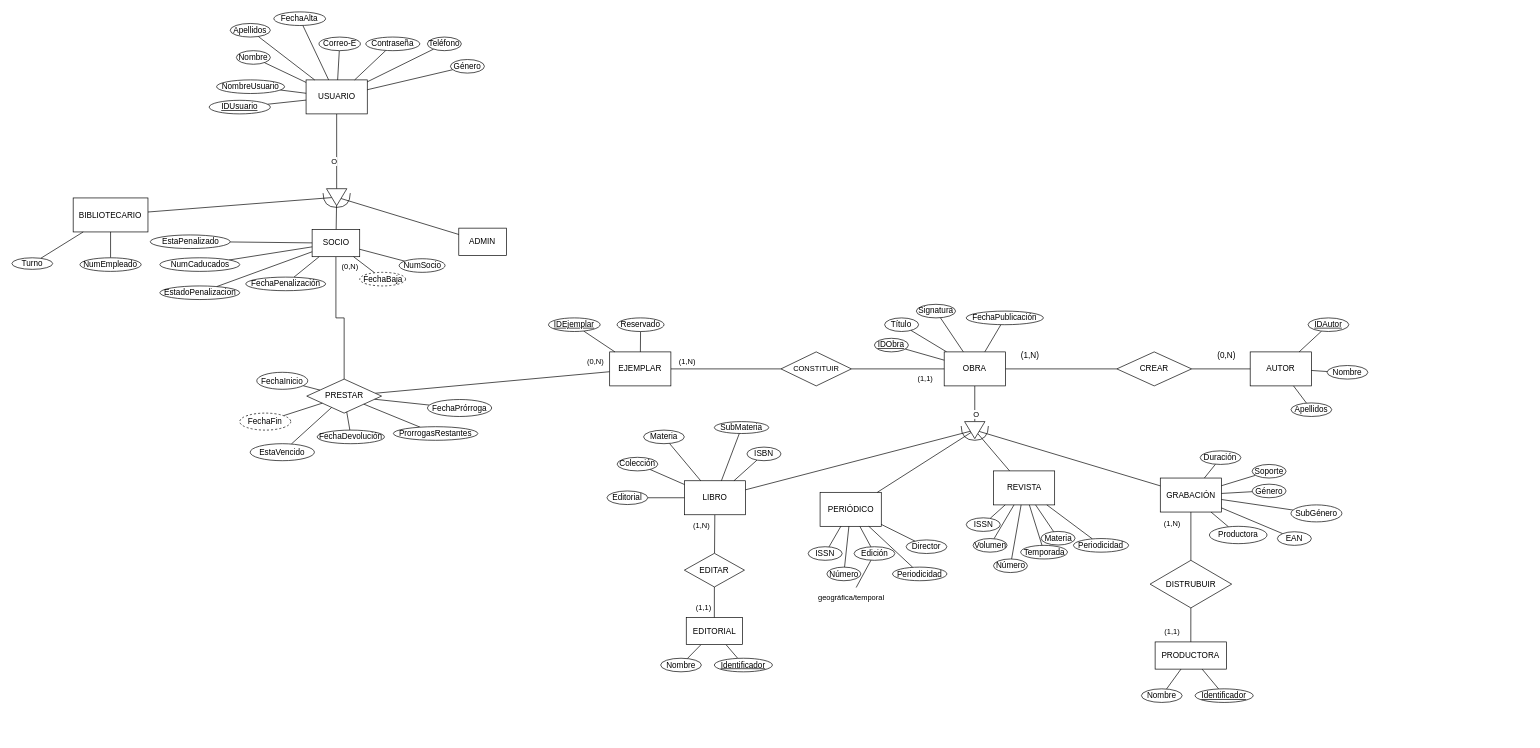
This is page "diagrama general" (1 of 2) of diagramas/diagrama entidad relacion.drawio from manuelordenador/TFG, a draw.io file, before an edit. Source tidied: cells renumbered, new cells numbered last; positions are measured from the earlier drawing's top-left corner, leaving out a move shared by most shapes. Both pictures are drawn from the tidied source at 68%, with x=0, y=0 at pixel (12, 12).
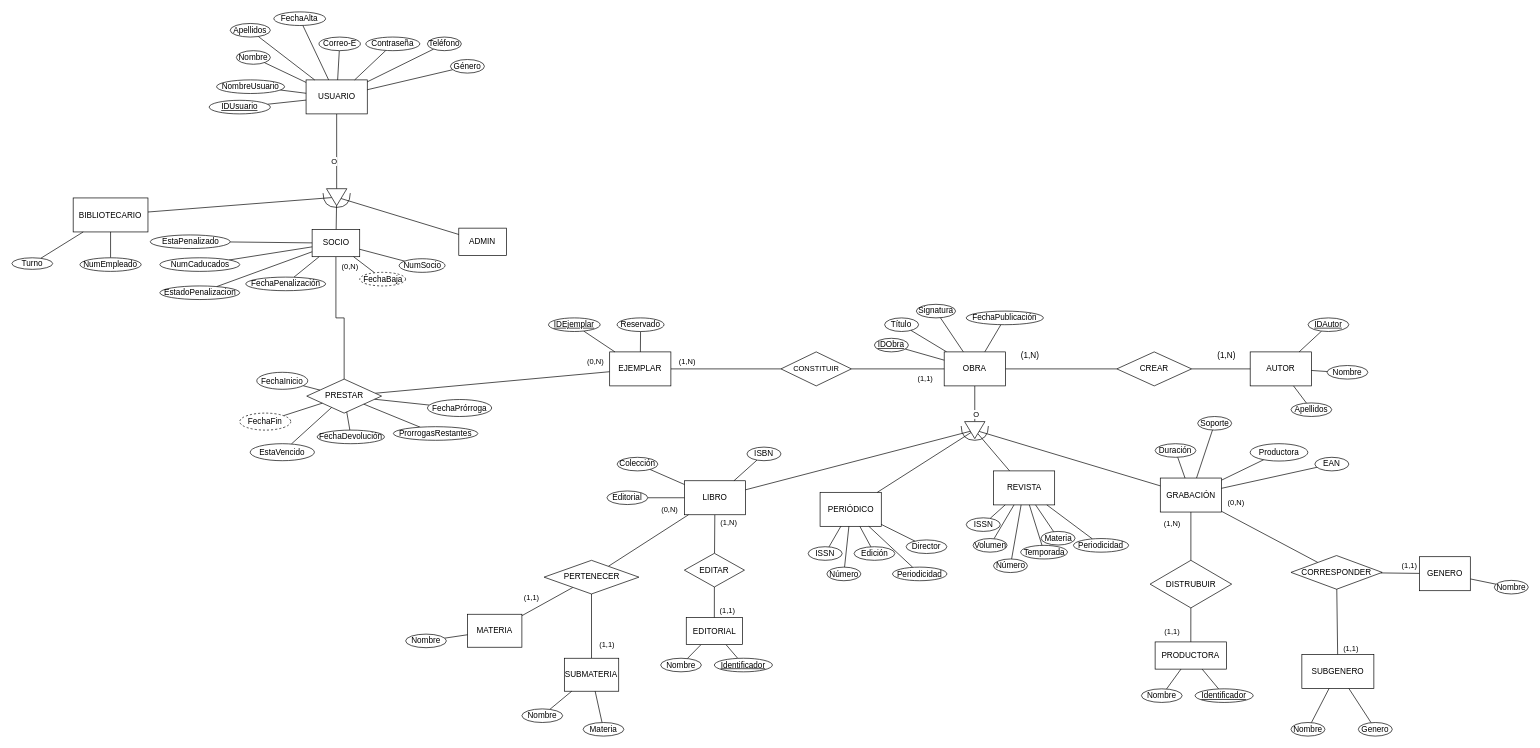
The same page after the edit.

Unchanged cells that the change refers to:
```xml
<mxCell id="6" value="LIBRO" style="rounded=0;whiteSpace=wrap;html=1;" parent="1" vertex="1">
  <mxGeometry x="988.9" y="689.5" width="90" height="50" as="geometry" />
</mxCell>
<mxCell id="9" value="GRABACIÓN" style="rounded=0;whiteSpace=wrap;html=1;" parent="1" vertex="1">
  <mxGeometry x="1688.8" y="685.5" width="90" height="50" as="geometry" />
</mxCell>
<mxCell id="44" value="Edición" style="ellipse;whiteSpace=wrap;html=1;" parent="1" vertex="1">
  <mxGeometry x="1238.5" y="786.5" width="60" height="20" as="geometry" />
</mxCell>
```

Diff of the diagram source:
```diff
@@
     <mxCell id="28" value="EAN" style="ellipse;whiteSpace=wrap;html=1;" parent="1" vertex="1">
-      <mxGeometry x="1861" y="764.5" width="50" height="20" as="geometry" />
+      <mxGeometry x="1916.1" y="655" width="50" height="20" as="geometry" />
     </mxCell>
@@
-    <mxCell id="43" style="edgeStyle=none;shape=connector;rounded=0;jettySize=auto;html=1;strokeColor=default;align=center;verticalAlign=middle;fontFamily=Helvetica;fontSize=11;fontColor=default;labelBackgroundColor=default;endArrow=none;endFill=0;" parent="1" edge="1" source="44" target="45">
-      <mxGeometry relative="1" as="geometry" />
-    </mxCell>
@@
-    <mxCell id="45" value="geográfica/temporal" style="text;html=1;align=center;verticalAlign=middle;points=[];strokeColor=none;fillColor=none;fontFamily=Helvetica;fontSize=11;fontColor=default;labelBackgroundColor=default;" parent="1" vertex="1">
-      <mxGeometry x="1173.5" y="846.5" width="120" height="30" as="geometry" />
-    </mxCell>
@@
     <mxCell id="62" value="Soporte" style="ellipse;whiteSpace=wrap;html=1;" parent="1" vertex="1">
-      <mxGeometry x="1823.8" y="665.5" width="50" height="20" as="geometry" />
+      <mxGeometry x="1743.8" y="595" width="50" height="20" as="geometry" />
     </mxCell>
@@
     <mxCell id="64" value="Duración" style="ellipse;whiteSpace=wrap;html=1;" parent="1" vertex="1">
-      <mxGeometry x="1747.4" y="645.5" width="60" height="20" as="geometry" />
+      <mxGeometry x="1681.2" y="635" width="60" height="20" as="geometry" />
     </mxCell>
-    <mxCell id="65" style="edgeStyle=none;shape=connector;rounded=0;jettySize=auto;html=1;strokeColor=default;align=center;verticalAlign=middle;fontFamily=Helvetica;fontSize=11;fontColor=default;labelBackgroundColor=default;endArrow=none;endFill=0;" parent="1" edge="1" source="66" target="9">
-      <mxGeometry relative="1" as="geometry" />
-    </mxCell>
-    <mxCell id="66" value="Género" style="ellipse;whiteSpace=wrap;html=1;" parent="1" vertex="1">
-      <mxGeometry x="1823.8" y="694.5" width="50" height="20" as="geometry" />
-    </mxCell>
@@
-    <mxCell id="113" value="(0,N)" style="text;html=1;align=center;verticalAlign=middle;strokeColor=none;fillColor=none;" parent="1" vertex="1">
+    <mxCell id="113" value="(1,N)" style="text;html=1;align=center;verticalAlign=middle;strokeColor=none;fillColor=none;" parent="1" vertex="1">
       <mxGeometry x="1761" y="490" width="50" height="30" as="geometry" />
     </mxCell>
@@
     <mxCell id="149" value="(1,N)" style="text;html=1;align=center;verticalAlign=middle;strokeColor=none;fillColor=none;fontFamily=Helvetica;fontSize=11;fontColor=default;labelBackgroundColor=default;" parent="1" vertex="1">
-      <mxGeometry x="988.9" y="740.5" width="50" height="30" as="geometry" />
+      <mxGeometry x="1028.9" y="735.5" width="50" height="30" as="geometry" />
     </mxCell>
@@
     <mxCell id="157" value="(1,1)" style="text;html=1;align=center;verticalAlign=middle;strokeColor=none;fillColor=none;fontFamily=Helvetica;fontSize=11;fontColor=default;labelBackgroundColor=default;" parent="1" vertex="1">
-      <mxGeometry x="991.7" y="860.5" width="50" height="30" as="geometry" />
+      <mxGeometry x="1027.2" y="865.5" width="50" height="30" as="geometry" />
     </mxCell>
@@
     <mxCell id="159" value="Productora" style="ellipse;whiteSpace=wrap;html=1;" parent="1" vertex="1">
-      <mxGeometry x="1761" y="756.5" width="84.8" height="25.5" as="geometry" />
+      <mxGeometry x="1821" y="635" width="84.8" height="25.5" as="geometry" />
     </mxCell>
@@
-    <mxCell id="162" style="edgeStyle=none;html=1;endArrow=none;endFill=0;" parent="1" edge="1" source="163" target="9">
-      <mxGeometry relative="1" as="geometry" />
-    </mxCell>
-    <mxCell id="163" value="SubGénero" style="ellipse;whiteSpace=wrap;html=1;" parent="1" vertex="1">
-      <mxGeometry x="1881" y="725" width="74.9" height="25" as="geometry" />
-    </mxCell>
-    <mxCell id="164" style="rounded=0;jettySize=auto;html=1;endArrow=none;endFill=0;" parent="1" edge="1" source="165" target="6">
-      <mxGeometry relative="1" as="geometry" />
-    </mxCell>
-    <mxCell id="165" value="Materia" style="ellipse;whiteSpace=wrap;html=1;" parent="1" vertex="1">
-      <mxGeometry x="928.9" y="615" width="60" height="20" as="geometry" />
-    </mxCell>
-    <mxCell id="166" style="edgeStyle=none;shape=connector;rounded=0;jettySize=auto;html=1;strokeColor=default;align=center;verticalAlign=middle;fontFamily=Helvetica;fontSize=11;fontColor=default;labelBackgroundColor=default;endArrow=none;endFill=0;" parent="1" edge="1" source="167" target="6">
-      <mxGeometry relative="1" as="geometry" />
-    </mxCell>
-    <mxCell id="167" value="SubMateria" style="ellipse;whiteSpace=wrap;html=1;" parent="1" vertex="1">
-      <mxGeometry x="1033" y="602.5" width="80" height="17.5" as="geometry" />
-    </mxCell>
@@
+    <mxCell id="178" style="edgeStyle=none;shape=connector;rounded=0;jettySize=auto;html=1;strokeColor=default;align=center;verticalAlign=middle;fontFamily=Helvetica;fontSize=11;fontColor=default;labelBackgroundColor=default;endArrow=none;endFill=0;" parent="1" edge="1" source="179" target="181">
+      <mxGeometry relative="1" as="geometry" />
+    </mxCell>
+    <mxCell id="179" value="MATERIA" style="rounded=0;whiteSpace=wrap;html=1;" parent="1" vertex="1">
+      <mxGeometry x="670" y="885.8" width="80" height="48.5" as="geometry" />
+    </mxCell>
+    <mxCell id="180" style="rounded=0;jettySize=auto;html=1;endArrow=none;endFill=0;" parent="1" edge="1" source="181" target="6">
+      <mxGeometry relative="1" as="geometry" />
+    </mxCell>
+    <mxCell id="181" value="PERTENECER" style="rhombus;whiteSpace=wrap;html=1;" parent="1" vertex="1">
+      <mxGeometry x="782.6" y="806.5" width="139.5" height="49.5" as="geometry" />
+    </mxCell>
+    <mxCell id="182" style="edgeStyle=none;shape=connector;rounded=0;jettySize=auto;html=1;strokeColor=default;align=center;verticalAlign=middle;fontFamily=Helvetica;fontSize=11;fontColor=default;labelBackgroundColor=default;endArrow=none;endFill=0;" parent="1" edge="1" source="184" target="9">
+      <mxGeometry relative="1" as="geometry" />
+    </mxCell>
+    <mxCell id="183" style="edgeStyle=none;shape=connector;rounded=0;jettySize=auto;html=1;strokeColor=default;align=center;verticalAlign=middle;fontFamily=Helvetica;fontSize=11;fontColor=default;labelBackgroundColor=default;endArrow=none;endFill=0;" parent="1" edge="1" source="184" target="186">
+      <mxGeometry relative="1" as="geometry" />
+    </mxCell>
+    <mxCell id="184" value="CORRESPONDER" style="rhombus;whiteSpace=wrap;html=1;" parent="1" vertex="1">
+      <mxGeometry x="1881" y="799.5" width="134.1" height="49.5" as="geometry" />
+    </mxCell>
+    <mxCell id="185" style="edgeStyle=none;shape=connector;rounded=0;jettySize=auto;html=1;strokeColor=default;align=center;verticalAlign=middle;fontFamily=Helvetica;fontSize=11;fontColor=default;labelBackgroundColor=default;endArrow=none;endFill=0;" parent="1" edge="1" source="186" target="202">
+      <mxGeometry relative="1" as="geometry" />
+    </mxCell>
+    <mxCell id="186" value="GENERO" style="rounded=0;whiteSpace=wrap;html=1;" parent="1" vertex="1">
+      <mxGeometry x="2070" y="801.2" width="74.7" height="50" as="geometry" />
+    </mxCell>
+    <mxCell id="187" style="edgeStyle=none;shape=connector;rounded=0;jettySize=auto;html=1;strokeColor=default;align=center;verticalAlign=middle;fontFamily=Helvetica;fontSize=11;fontColor=default;labelBackgroundColor=default;endArrow=none;endFill=0;" parent="1" edge="1" source="188" target="184">
+      <mxGeometry relative="1" as="geometry" />
+    </mxCell>
+    <mxCell id="188" value="SUBGENERO" style="rounded=0;whiteSpace=wrap;html=1;" parent="1" vertex="1">
+      <mxGeometry x="1897" y="945" width="105.9" height="50" as="geometry" />
+    </mxCell>
+    <mxCell id="189" value="(0,N)" style="text;html=1;align=center;verticalAlign=middle;strokeColor=none;fillColor=none;fontFamily=Helvetica;fontSize=11;fontColor=default;labelBackgroundColor=default;" parent="1" vertex="1">
+      <mxGeometry x="941.7" y="716.5" width="50" height="30" as="geometry" />
+    </mxCell>
+    <mxCell id="190" value="(1,1)" style="text;html=1;align=center;verticalAlign=middle;strokeColor=none;fillColor=none;fontFamily=Helvetica;fontSize=11;fontColor=default;labelBackgroundColor=default;" parent="1" vertex="1">
+      <mxGeometry x="739.1" y="845.8" width="50" height="30" as="geometry" />
+    </mxCell>
+    <mxCell id="191" style="edgeStyle=none;shape=connector;rounded=0;jettySize=auto;html=1;strokeColor=default;align=center;verticalAlign=middle;fontFamily=Helvetica;fontSize=11;fontColor=default;labelBackgroundColor=default;endArrow=none;endFill=0;" parent="1" edge="1" source="192" target="181">
+      <mxGeometry relative="1" as="geometry" />
+    </mxCell>
+    <mxCell id="192" value="SUBMATERIA" style="rounded=0;whiteSpace=wrap;html=1;" parent="1" vertex="1">
+      <mxGeometry x="812.4" y="950.5" width="80" height="48.5" as="geometry" />
+    </mxCell>
+    <mxCell id="193" value="(1,1)" style="text;html=1;align=center;verticalAlign=middle;strokeColor=none;fillColor=none;fontFamily=Helvetica;fontSize=11;fontColor=default;labelBackgroundColor=default;" parent="1" vertex="1">
+      <mxGeometry x="850" y="915" width="50" height="30" as="geometry" />
+    </mxCell>
+    <mxCell id="194" value="(0,N)" style="text;html=1;align=center;verticalAlign=middle;strokeColor=none;fillColor=none;fontFamily=Helvetica;fontSize=11;fontColor=default;labelBackgroundColor=default;" parent="1" vertex="1">
+      <mxGeometry x="1775.4" y="705.5" width="50" height="30" as="geometry" />
+    </mxCell>
+    <mxCell id="195" value="(1,1)" style="text;html=1;align=center;verticalAlign=middle;strokeColor=none;fillColor=none;fontFamily=Helvetica;fontSize=11;fontColor=default;labelBackgroundColor=default;" parent="1" vertex="1">
+      <mxGeometry x="2030" y="799.5" width="50" height="30" as="geometry" />
+    </mxCell>
+    <mxCell id="196" value="(1,1)" style="text;html=1;align=center;verticalAlign=middle;strokeColor=none;fillColor=none;fontFamily=Helvetica;fontSize=11;fontColor=default;labelBackgroundColor=default;" parent="1" vertex="1">
+      <mxGeometry x="1944.1" y="920.5" width="50" height="30" as="geometry" />
+    </mxCell>
+    <mxCell id="197" style="edgeStyle=none;shape=connector;rounded=0;jettySize=auto;html=1;strokeColor=default;align=center;verticalAlign=middle;fontFamily=Helvetica;fontSize=11;fontColor=default;labelBackgroundColor=default;endArrow=none;endFill=0;" parent="1" edge="1" source="198" target="179">
+      <mxGeometry relative="1" as="geometry" />
+    </mxCell>
+    <mxCell id="198" value="Nombre" style="ellipse;whiteSpace=wrap;html=1;" parent="1" vertex="1">
+      <mxGeometry x="579" y="915" width="60" height="20" as="geometry" />
+    </mxCell>
+    <mxCell id="199" style="edgeStyle=none;shape=connector;rounded=0;jettySize=auto;html=1;strokeColor=default;align=center;verticalAlign=middle;fontFamily=Helvetica;fontSize=11;fontColor=default;labelBackgroundColor=default;endArrow=none;endFill=0;" parent="1" edge="1" source="200" target="192">
+      <mxGeometry relative="1" as="geometry" />
+    </mxCell>
+    <mxCell id="200" value="Nombre" style="ellipse;whiteSpace=wrap;html=1;" parent="1" vertex="1">
+      <mxGeometry x="750" y="1025" width="60" height="20" as="geometry" />
+    </mxCell>
+    <mxCell id="201" style="edgeStyle=none;shape=connector;rounded=0;jettySize=auto;html=1;strokeColor=default;align=center;verticalAlign=middle;fontFamily=Helvetica;fontSize=11;fontColor=default;labelBackgroundColor=default;endArrow=none;endFill=0;" parent="1" edge="1" source="165" target="192">
+      <mxGeometry relative="1" as="geometry" />
+    </mxCell>
+    <mxCell id="165" value="Materia" style="ellipse;whiteSpace=wrap;html=1;" parent="1" vertex="1">
+      <mxGeometry x="840" y="1045" width="60" height="20" as="geometry" />
+    </mxCell>
+    <mxCell id="202" value="Nombre" style="ellipse;whiteSpace=wrap;html=1;" parent="1" vertex="1">
+      <mxGeometry x="2180" y="836" width="50" height="20" as="geometry" />
+    </mxCell>
+    <mxCell id="203" style="edgeStyle=none;shape=connector;rounded=0;jettySize=auto;html=1;strokeColor=default;align=center;verticalAlign=middle;fontFamily=Helvetica;fontSize=11;fontColor=default;labelBackgroundColor=default;endArrow=none;endFill=0;" parent="1" edge="1" source="204" target="188">
+      <mxGeometry relative="1" as="geometry" />
+    </mxCell>
+    <mxCell id="204" value="Nombre" style="ellipse;whiteSpace=wrap;html=1;" parent="1" vertex="1">
+      <mxGeometry x="1881" y="1045" width="50" height="20" as="geometry" />
+    </mxCell>
+    <mxCell id="205" style="edgeStyle=none;shape=connector;rounded=0;jettySize=auto;html=1;strokeColor=default;align=center;verticalAlign=middle;fontFamily=Helvetica;fontSize=11;fontColor=default;labelBackgroundColor=default;endArrow=none;endFill=0;" parent="1" edge="1" source="206" target="188">
+      <mxGeometry relative="1" as="geometry" />
+    </mxCell>
+    <mxCell id="206" value="Genero" style="ellipse;whiteSpace=wrap;html=1;" parent="1" vertex="1">
+      <mxGeometry x="1980" y="1045" width="50" height="20" as="geometry" />
+    </mxCell>
```
